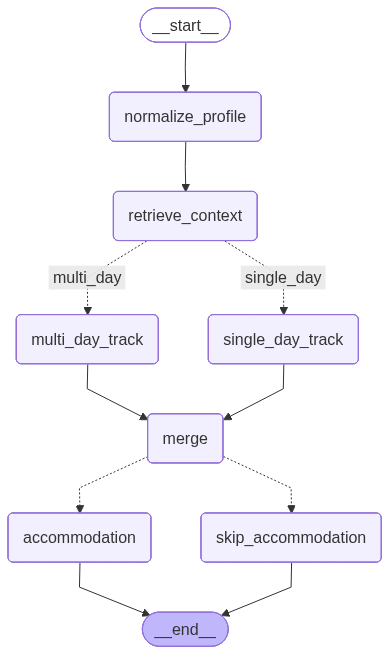
Before: docs/graphs/planner_workflow.png, a diagram exported from Mermaid (kenan-memis/tc-capstone). Its source is kept beside it as docs/graphs/planner_workflow.mmd.
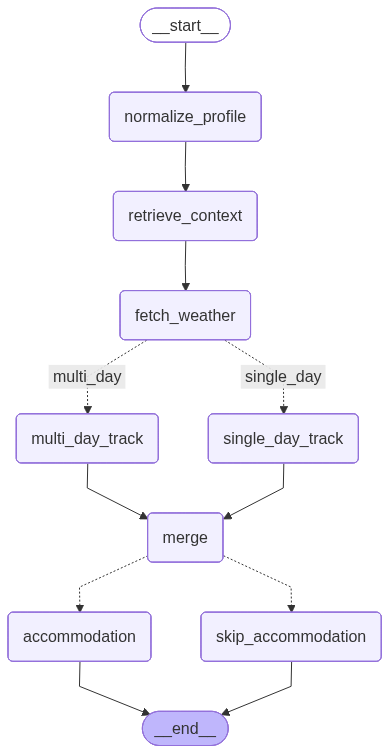
After the change.

What changed in the source:
```diff
@@ -7,6 +7,7 @@
 	__start__([<p>__start__</p>]):::first
 	normalize_profile(normalize_profile)
 	retrieve_context(retrieve_context)
+	fetch_weather(fetch_weather)
 	multi_day_track(multi_day_track)
 	single_day_track(single_day_track)
 	merge(merge)
@@ -14,12 +15,13 @@
 	skip_accommodation(skip_accommodation)
 	__end__([<p>__end__</p>]):::last
 	__start__ --> normalize_profile;
+	fetch_weather -. &nbsp;multi_day&nbsp; .-> multi_day_track;
+	fetch_weather -. &nbsp;single_day&nbsp; .-> single_day_track;
 	merge -.-> accommodation;
 	merge -.-> skip_accommodation;
 	multi_day_track --> merge;
 	normalize_profile --> retrieve_context;
-	retrieve_context -. &nbsp;multi_day&nbsp; .-> multi_day_track;
-	retrieve_context -. &nbsp;single_day&nbsp; .-> single_day_track;
+	retrieve_context --> fetch_weather;
 	single_day_track --> merge;
 	accommodation --> __end__;
 	skip_accommodation --> __end__;
```
